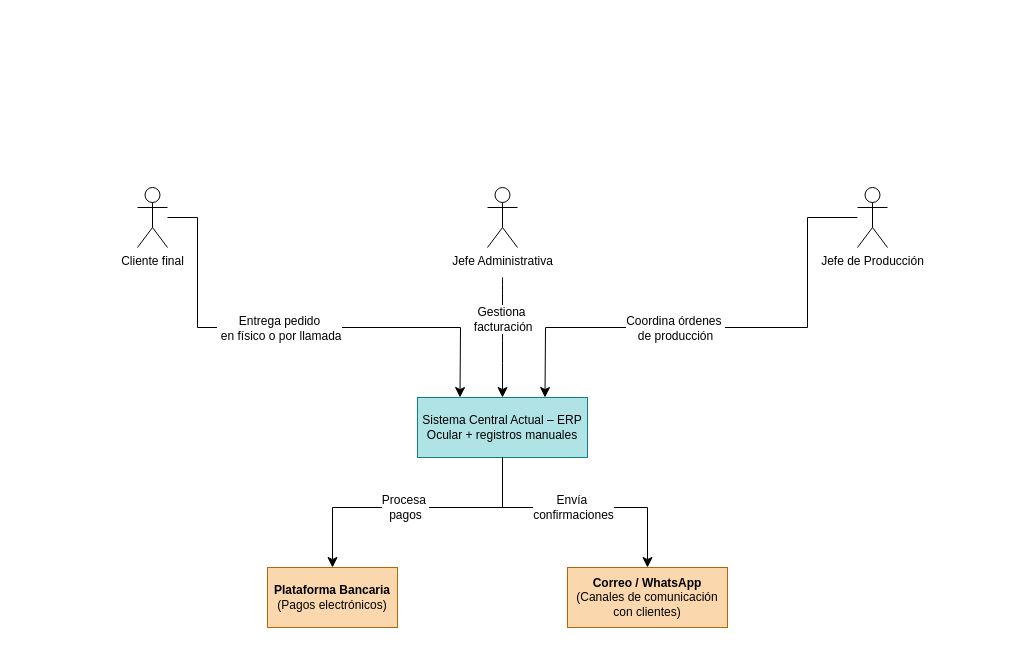
Above: entrega/c1-contexto-final.drawio in ValentinaRodRo/taller-03-arquitectura-c4 (draw.io), before the change. Source tidied: cells renumbered, new cells numbered last; positions are measured from the earlier drawing's top-left corner, leaving out a move shared by most shapes. Both pictures are drawn from the tidied source at 100%, with x=0, y=0 at pixel (137, 187).
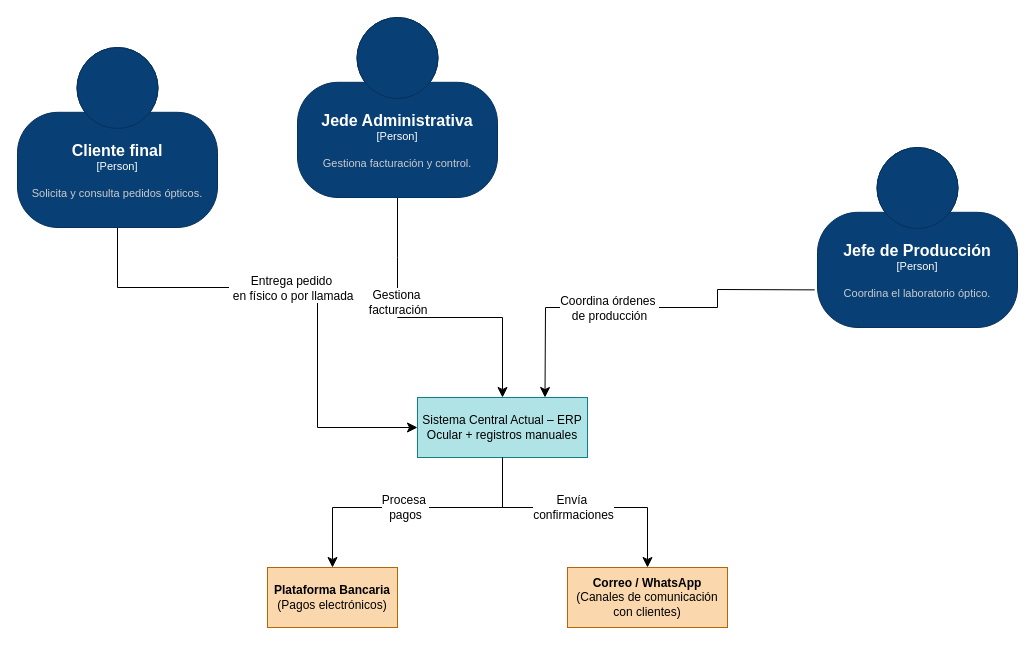
The same diagram, later.

The change refers to these unchanged cells:
```xml
<mxCell id="7" value="Sistema Central Actual – ERP Ocular + registros manuales" style="rounded=0;whiteSpace=wrap;html=1;fillColor=#b0e3e6;strokeColor=#0e8088;" parent="1" vertex="1">
  <mxGeometry x="280" y="210" width="170" height="60" as="geometry" />
</mxCell>
```

Diff of the diagram source:
```diff
@@
-    <mxCell id="2" value="Cliente final" style="shape=umlActor;verticalLabelPosition=bottom;verticalAlign=top;html=1;outlineConnect=0;" parent="1" vertex="1">
-      <mxGeometry width="30" height="60" as="geometry" />
-    </mxCell>
-    <mxCell id="3" style="edgeStyle=none;curved=1;rounded=0;jettySize=auto;html=1;fontSize=12;startSize=8;endSize=8;" parent="1" edge="1" target="7">
+    <mxCell id="3" style="edgeStyle=none;curved=0;rounded=0;jettySize=auto;html=1;fontSize=12;startSize=8;endSize=8;exitX=0.5;exitY=1;exitDx=0;exitDy=0;exitPerimeter=0;" parent="1" edge="1" source="19" target="7">
       <mxGeometry relative="1" as="geometry">
-        <mxPoint x="365" y="90" as="sourcePoint" />
+        <Array as="points">
+          <mxPoint x="260" y="70" />
+          <mxPoint x="260" y="130" />
+          <mxPoint x="365" y="130" />
+        </Array>
       </mxGeometry>
     </mxCell>
@@
-    <mxCell id="5" value="Jefe Administrativa" style="shape=umlActor;verticalLabelPosition=bottom;verticalAlign=top;html=1;" parent="1" vertex="1">
-      <mxGeometry x="350" width="30" height="60" as="geometry" />
-    </mxCell>
-    <mxCell id="6" value="Jefe de Producción" style="shape=umlActor;verticalLabelPosition=bottom;verticalAlign=top;html=1;outlineConnect=0;" parent="1" vertex="1">
-      <mxGeometry x="720" width="30" height="60" as="geometry" />
-    </mxCell>
@@
-    <mxCell id="8" style="endArrow=classic;html=1;rounded=0;fontSize=12;startSize=8;endSize=8;curved=0;entryX=0.25;entryY=0;entryDx=0;entryDy=0;" parent="1" edge="1" source="2" target="7">
+    <mxCell id="8" style="endArrow=classic;html=1;rounded=0;fontSize=12;startSize=8;endSize=8;curved=0;entryX=0;entryY=0.5;entryDx=0;entryDy=0;exitX=0.5;exitY=1;exitDx=0;exitDy=0;exitPerimeter=0;" parent="1" edge="1" source="20" target="7">
       <mxGeometry relative="1" as="geometry">
         <Array as="points">
-          <mxPoint x="60" y="30" />
-          <mxPoint x="60" y="140" />
-          <mxPoint x="323" y="140" />
+          <mxPoint x="-20" y="100" />
+          <mxPoint x="180" y="100" />
+          <mxPoint x="180" y="110" />
+          <mxPoint x="180" y="240" />
         </Array>
       </mxGeometry>
     </mxCell>
@@
-    <mxCell id="10" style="endArrow=classic;html=1;rounded=0;fontSize=12;startSize=8;endSize=8;curved=0;entryX=0.75;entryY=0;entryDx=0;entryDy=0;" parent="1" edge="1" source="6" target="7">
+    <mxCell id="10" style="endArrow=classic;html=1;rounded=0;fontSize=12;startSize=8;endSize=8;curved=0;entryX=0.75;entryY=0;entryDx=0;entryDy=0;exitX=-0.014;exitY=0.791;exitDx=0;exitDy=0;exitPerimeter=0;" parent="1" edge="1" source="18" target="7">
       <mxGeometry relative="1" as="geometry">
         <Array as="points">
-          <mxPoint x="670" y="30" />
-          <mxPoint x="670" y="140" />
-          <mxPoint x="408" y="140" />
+          <mxPoint x="580" y="102" />
+          <mxPoint x="580" y="120" />
+          <mxPoint x="408" y="120" />
         </Array>
       </mxGeometry>
     </mxCell>
@@
+    <object id="18" label="&lt;font style=&quot;font-size: 16px&quot;&gt;&lt;b&gt;%c4Name%&lt;/b&gt;&lt;/font&gt;&lt;div&gt;[%c4Type%]&lt;/div&gt;&lt;br&gt;&lt;div&gt;&lt;font style=&quot;font-size: 11px&quot;&gt;&lt;font color=&quot;#cccccc&quot;&gt;%c4Description%&lt;/font&gt;&lt;/div&gt;" c4Description="Coordina el laboratorio óptico." c4Name="Jefe de Producción" c4Type="Person" placeholders="1">
+      <mxCell style="html=1;fontSize=11;dashed=0;whiteSpace=wrap;fillColor=#083F75;strokeColor=#06315C;fontColor=#ffffff;shape=mxgraph.c4.person2;align=center;points=[[0.5,0,0],[1,0.5,0],[1,0.75,0],[0.75,1,0],[0.5,1,0],[0.25,1,0],[0,0.75,0],[0,0.5,0]];" parent="1" vertex="1">
+        <mxGeometry x="680" y="-40" width="200" height="180" as="geometry" />
+      </mxCell>
+    </object>
+    <object id="19" label="&lt;font style=&quot;font-size: 16px&quot;&gt;&lt;b&gt;%c4Name%&lt;/b&gt;&lt;/font&gt;&lt;div&gt;[%c4Type%]&lt;/div&gt;&lt;br&gt;&lt;div&gt;&lt;font style=&quot;font-size: 11px&quot;&gt;&lt;font color=&quot;#cccccc&quot;&gt;%c4Description%&lt;/font&gt;&lt;/div&gt;" c4Description="Gestiona facturación y control." c4Name="Jede Administrativa" c4Type="Person" placeholders="1">
+      <mxCell style="html=1;fontSize=11;dashed=0;whiteSpace=wrap;fillColor=#083F75;strokeColor=#06315C;fontColor=#ffffff;shape=mxgraph.c4.person2;align=center;points=[[0.5,0,0],[1,0.5,0],[1,0.75,0],[0.75,1,0],[0.5,1,0],[0.25,1,0],[0,0.75,0],[0,0.5,0]];" parent="1" vertex="1">
+        <mxGeometry x="160" y="-170" width="200" height="180" as="geometry" />
+      </mxCell>
+    </object>
+    <object id="20" label="&lt;font style=&quot;font-size: 16px&quot;&gt;&lt;b&gt;%c4Name%&lt;/b&gt;&lt;/font&gt;&lt;div&gt;[%c4Type%]&lt;/div&gt;&lt;br&gt;&lt;div&gt;&lt;font style=&quot;font-size: 11px&quot;&gt;&lt;font color=&quot;#cccccc&quot;&gt;%c4Description%&lt;/font&gt;&lt;/div&gt;" c4Description="Solicita y consulta pedidos ópticos." c4Name="Cliente final" c4Type="Person" placeholders="1">
+      <mxCell style="html=1;fontSize=11;dashed=0;whiteSpace=wrap;fillColor=#083F75;strokeColor=#06315C;fontColor=#ffffff;shape=mxgraph.c4.person2;align=center;points=[[0.5,0,0],[1,0.5,0],[1,0.75,0],[0.75,1,0],[0.5,1,0],[0.25,1,0],[0,0.75,0],[0,0.5,0]];" parent="1" vertex="1">
+        <mxGeometry x="-120" y="-140" width="200" height="180" as="geometry" />
+      </mxCell>
+    </object>
```
